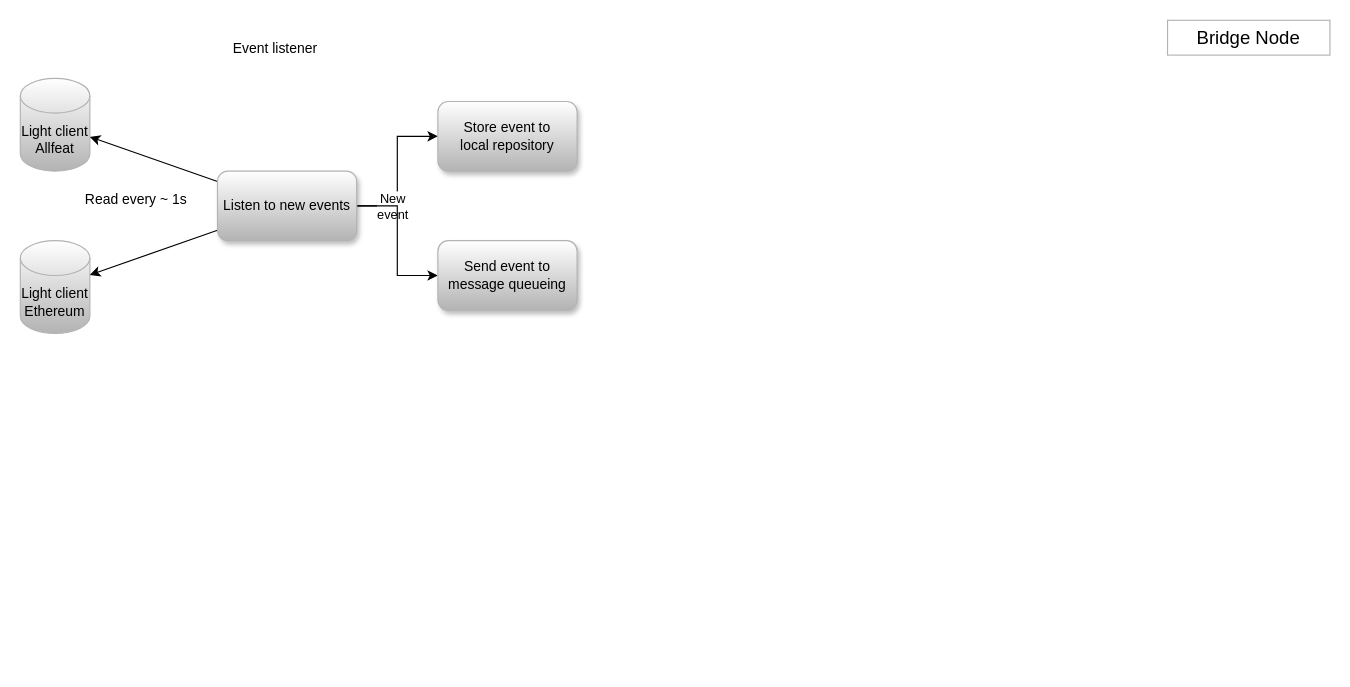
The draw.io diagram drawio/bridge-node-manage-events.drawio in chaincraft-labs/bridge-doc, before the edit. Source tidied: cells renumbered, new cells numbered last; positions are measured from the earlier drawing's top-left corner, leaving out a move shared by most shapes. Both pictures are drawn from the tidied source at 116%, with x=0, y=0 at pixel (20, 20).
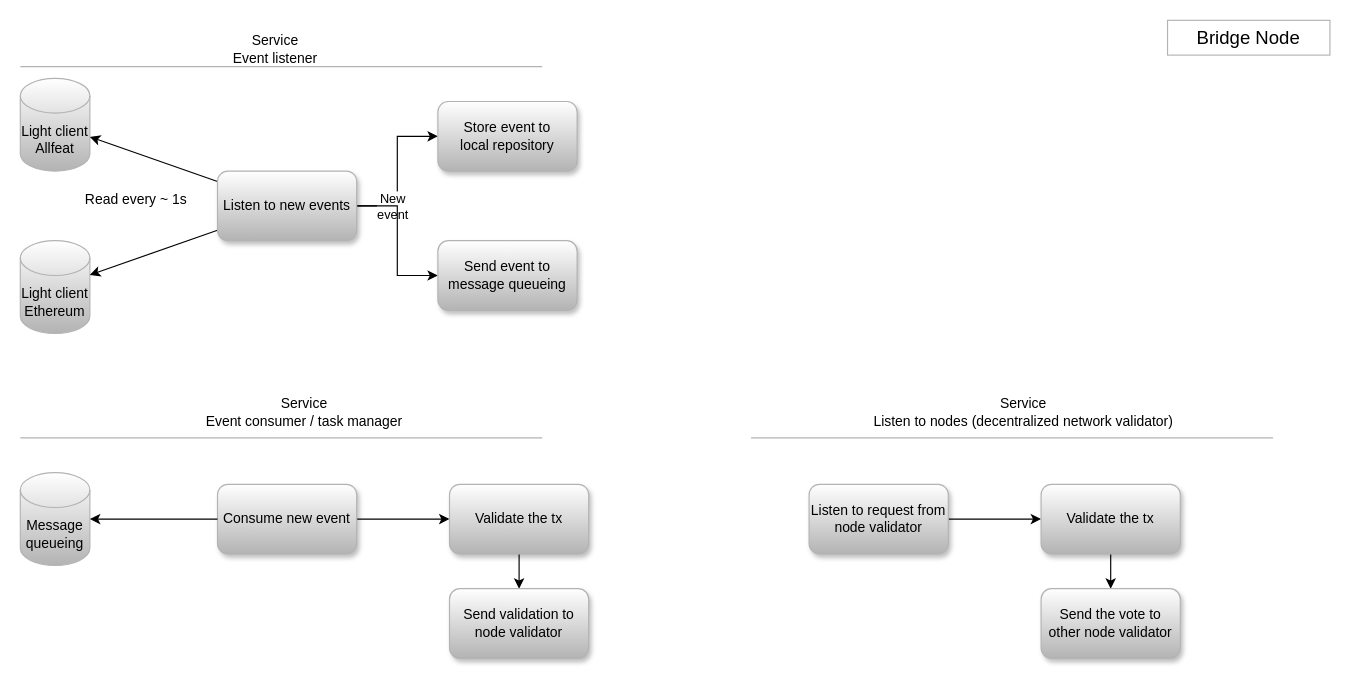
The same page after the edit.

Commit message:
Add consumer, validator

Change to the diagram source:
```diff
@@
-    <mxCell id="14" value="Event listener" style="text;html=1;align=center;verticalAlign=middle;whiteSpace=wrap;rounded=0;" parent="1" vertex="1">
+    <mxCell id="14" value="&lt;div&gt;Service&lt;/div&gt;Event listener" style="text;html=1;align=center;verticalAlign=middle;whiteSpace=wrap;rounded=0;strokeColor=none;" parent="1" vertex="1">
       <mxGeometry x="140" y="10" width="160" height="30" as="geometry" />
     </mxCell>
+    <mxCell id="15" value="&lt;div&gt;Service&lt;/div&gt;Event consumer / task manager" style="text;html=1;align=center;verticalAlign=middle;whiteSpace=wrap;rounded=0;strokeColor=none;" parent="1" vertex="1">
+      <mxGeometry x="140" y="322" width="210" height="31" as="geometry" />
+    </mxCell>
+    <mxCell id="16" style="endArrow=none;html=1;rounded=0;strokeColor=#B3B3B3;" parent="1" edge="1">
+      <mxGeometry relative="1" as="geometry">
+        <mxPoint y="360" as="sourcePoint" />
+        <mxPoint x="450" y="360" as="targetPoint" />
+      </mxGeometry>
+    </mxCell>
+    <mxCell id="17" style="endArrow=none;html=1;rounded=0;strokeColor=#B3B3B3;" parent="1" edge="1">
+      <mxGeometry relative="1" as="geometry">
+        <mxPoint y="40" as="sourcePoint" />
+        <mxPoint x="450" y="40" as="targetPoint" />
+      </mxGeometry>
+    </mxCell>
+    <mxCell id="18" value="Message&lt;div&gt;queueing&lt;/div&gt;" style="shape=cylinder3;whiteSpace=wrap;html=1;boundedLbl=1;backgroundOutline=1;size=15;gradientColor=#B3B3B3;strokeColor=#B3B3B3;" parent="1" vertex="1">
+      <mxGeometry y="390" width="60" height="80" as="geometry" />
+    </mxCell>
+    <mxCell id="19" style="edgeStyle=orthogonalEdgeStyle;rounded=0;jettySize=auto;html=1;" parent="1" edge="1" source="20" target="23">
+      <mxGeometry relative="1" as="geometry" />
+    </mxCell>
+    <mxCell id="20" value="Consume new event" style="rounded=1;whiteSpace=wrap;html=1;shadow=1;gradientColor=#B3B3B3;strokeColor=#B3B3B3;" parent="1" vertex="1">
+      <mxGeometry x="170" y="400" width="120" height="60" as="geometry" />
+    </mxCell>
+    <mxCell id="21" style="edgeStyle=orthogonalEdgeStyle;rounded=0;jettySize=auto;html=1;entryX=1;entryY=0.5;entryDx=0;entryDy=0;entryPerimeter=0;" parent="1" edge="1" source="20" target="18">
+      <mxGeometry relative="1" as="geometry" />
+    </mxCell>
+    <mxCell id="22" style="edgeStyle=orthogonalEdgeStyle;rounded=0;jettySize=auto;html=1;entryX=0.5;entryY=0;entryDx=0;entryDy=0;" parent="1" edge="1" source="23" target="24">
+      <mxGeometry relative="1" as="geometry" />
+    </mxCell>
+    <mxCell id="23" value="Validate the tx" style="rounded=1;whiteSpace=wrap;html=1;shadow=1;gradientColor=#B3B3B3;strokeColor=#B3B3B3;" parent="1" vertex="1">
+      <mxGeometry x="370" y="400" width="120" height="60" as="geometry" />
+    </mxCell>
+    <mxCell id="24" value="Send validation to node validator" style="rounded=1;whiteSpace=wrap;html=1;shadow=1;gradientColor=#B3B3B3;strokeColor=#B3B3B3;" parent="1" vertex="1">
+      <mxGeometry x="370" y="490" width="120" height="60" as="geometry" />
+    </mxCell>
+    <mxCell id="25" value="&lt;div&gt;Service&lt;/div&gt;Listen to nodes (decentralized network validator)" style="text;html=1;align=center;verticalAlign=middle;whiteSpace=wrap;rounded=0;strokeColor=none;" parent="1" vertex="1">
+      <mxGeometry x="710" y="322" width="310" height="31" as="geometry" />
+    </mxCell>
+    <mxCell id="26" style="endArrow=none;html=1;rounded=0;strokeColor=#B3B3B3;" parent="1" edge="1">
+      <mxGeometry relative="1" as="geometry">
+        <mxPoint x="630" y="360" as="sourcePoint" />
+        <mxPoint x="1080" y="360" as="targetPoint" />
+      </mxGeometry>
+    </mxCell>
+    <mxCell id="27" style="edgeStyle=orthogonalEdgeStyle;rounded=0;jettySize=auto;html=1;" parent="1" edge="1" source="28" target="30">
+      <mxGeometry relative="1" as="geometry" />
+    </mxCell>
+    <mxCell id="28" value="Listen to request from node validator" style="rounded=1;whiteSpace=wrap;html=1;shadow=1;gradientColor=#B3B3B3;strokeColor=#B3B3B3;" parent="1" vertex="1">
+      <mxGeometry x="680" y="400" width="120" height="60" as="geometry" />
+    </mxCell>
+    <mxCell id="29" style="edgeStyle=orthogonalEdgeStyle;rounded=0;jettySize=auto;html=1;" parent="1" edge="1" source="30" target="31">
+      <mxGeometry relative="1" as="geometry" />
+    </mxCell>
+    <mxCell id="30" value="Validate the tx" style="rounded=1;whiteSpace=wrap;html=1;shadow=1;gradientColor=#B3B3B3;strokeColor=#B3B3B3;" parent="1" vertex="1">
+      <mxGeometry x="880" y="400" width="120" height="60" as="geometry" />
+    </mxCell>
+    <mxCell id="31" value="Send the vote to other node validator" style="whiteSpace=wrap;html=1;strokeColor=#B3B3B3;rounded=1;shadow=1;gradientColor=#B3B3B3;" parent="1" vertex="1">
+      <mxGeometry x="880" y="490" width="120" height="60" as="geometry" />
+    </mxCell>
```
